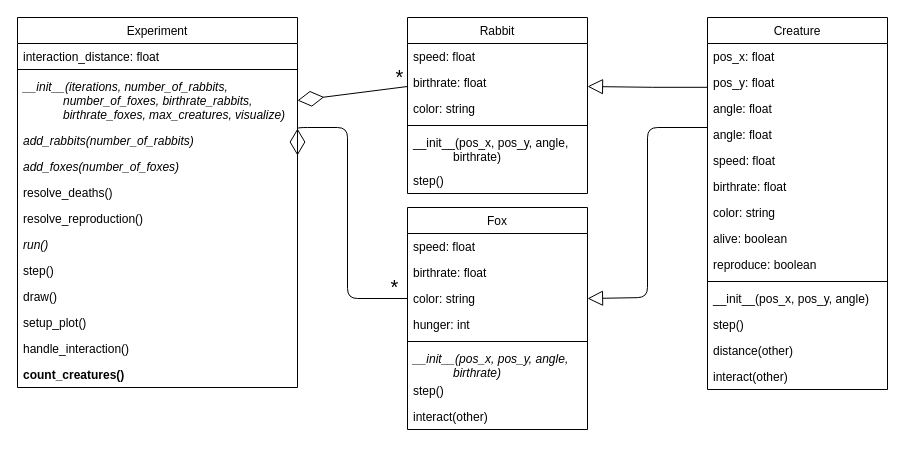
Above: umls/phase9.drawio in spcourse/populations-oo (draw.io), before the change. Source tidied: cells renumbered, new cells numbered last; positions are measured from the earlier drawing's top-left corner, leaving out a move shared by most shapes. Both pictures are drawn from the tidied source at 100%, with x=0, y=0 at pixel (17, 17).
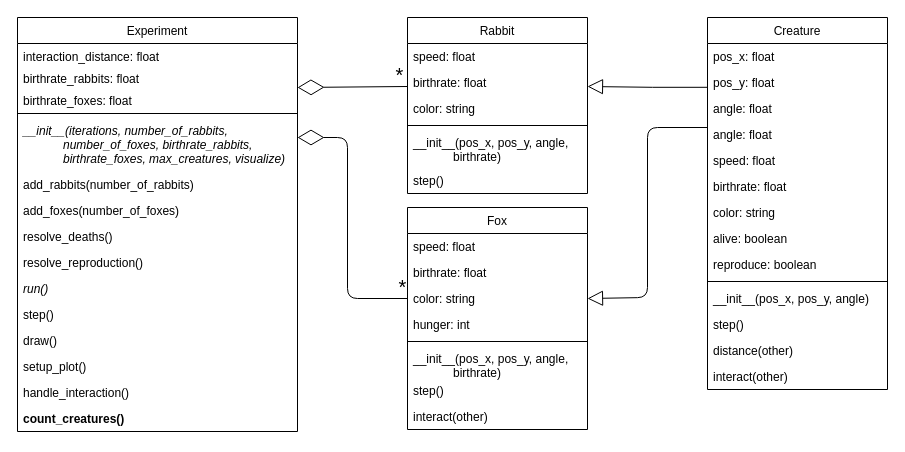
Above is the later version.

The change refers to these unchanged cells:
```xml
<mxCell id="16" value="Fox" style="swimlane;fontStyle=0;align=center;verticalAlign=top;horizontal=1;startSize=26;rounded=0;shadow=0;strokeWidth=1;" parent="1" vertex="1">
  <mxGeometry x="390" y="190" width="180" height="222" as="geometry" />
</mxCell>
<mxCell id="19" value="color: string" style="text;align=left;verticalAlign=top;spacingLeft=4;spacingRight=4;overflow=hidden;points=[[0,0.5],[1,0.5]];portConstraint=eastwest;rounded=0;shadow=0;html=0;" parent="16" vertex="1">
  <mxGeometry y="78" width="180" height="26" as="geometry" />
</mxCell>
```

Change to the diagram source:
```diff
@@
     <mxCell id="2" value="Experiment" style="swimlane;fontStyle=0;align=center;verticalAlign=top;horizontal=1;startSize=26;rounded=0;shadow=0;strokeWidth=1;" parent="1" vertex="1">
-      <mxGeometry width="280" height="370" as="geometry" />
+      <mxGeometry width="280" height="414" as="geometry" />
     </mxCell>
@@
+    <mxCell id="53" value="birthrate_rabbits: float" style="text;align=left;verticalAlign=top;spacingLeft=4;spacingRight=4;overflow=hidden;" parent="2" vertex="1">
+      <mxGeometry y="48" width="280" height="22" as="geometry" />
+    </mxCell>
+    <mxCell id="54" value="birthrate_foxes: float" style="text;align=left;verticalAlign=top;spacingLeft=4;spacingRight=4;overflow=hidden;" parent="2" vertex="1">
+      <mxGeometry y="70" width="280" height="22" as="geometry" />
+    </mxCell>
     <mxCell id="4" style="line;html=1;strokeWidth=1;align=left;verticalAlign=middle;spacingTop=-1;spacingLeft=3;spacingRight=3;labelPosition=right;" parent="2" vertex="1">
-      <mxGeometry y="48" width="280" height="8" as="geometry" />
+      <mxGeometry y="92" width="280" height="8" as="geometry" />
     </mxCell>
     <mxCell id="5" value="__init__(iterations, number_of_rabbits, &#10;            number_of_foxes, birthrate_rabbits,&#10;            birthrate_foxes, max_creatures, visualize)" style="text;align=left;verticalAlign=top;spacingLeft=4;spacingRight=4;overflow=hidden;points=[[0,0.5],[1,0.5]];portConstraint=eastwest;fontStyle=2;" parent="2" vertex="1">
-      <mxGeometry y="56" width="280" height="54" as="geometry" />
+      <mxGeometry y="100" width="280" height="54" as="geometry" />
     </mxCell>
-    <mxCell id="6" value="add_rabbits(number_of_rabbits)" style="text;align=left;verticalAlign=top;spacingLeft=4;spacingRight=4;overflow=hidden;fontStyle=2;" parent="2" vertex="1">
-      <mxGeometry y="110" width="280" height="26" as="geometry" />
+    <mxCell id="6" value="add_rabbits(number_of_rabbits)" style="text;align=left;verticalAlign=top;spacingLeft=4;spacingRight=4;overflow=hidden;fontStyle=0;" parent="2" vertex="1">
+      <mxGeometry y="154" width="280" height="26" as="geometry" />
     </mxCell>
-    <mxCell id="7" value="add_foxes(number_of_foxes)" style="text;align=left;verticalAlign=top;spacingLeft=4;spacingRight=4;overflow=hidden;points=[[0,0.5],[1,0.5]];portConstraint=eastwest;fontStyle=2;" parent="2" vertex="1">
-      <mxGeometry y="136" width="280" height="26" as="geometry" />
+    <mxCell id="7" value="add_foxes(number_of_foxes)" style="text;align=left;verticalAlign=top;spacingLeft=4;spacingRight=4;overflow=hidden;points=[[0,0.5],[1,0.5]];portConstraint=eastwest;fontStyle=0;" parent="2" vertex="1">
+      <mxGeometry y="180" width="280" height="26" as="geometry" />
     </mxCell>
     <mxCell id="8" value="resolve_deaths()" style="text;align=left;verticalAlign=top;spacingLeft=4;spacingRight=4;overflow=hidden;" parent="2" vertex="1">
-      <mxGeometry y="162" width="280" height="26" as="geometry" />
+      <mxGeometry y="206" width="280" height="26" as="geometry" />
     </mxCell>
     <mxCell id="9" value="resolve_reproduction()" style="text;align=left;verticalAlign=top;spacingLeft=4;spacingRight=4;overflow=hidden;fontStyle=0;" parent="2" vertex="1">
-      <mxGeometry y="188" width="280" height="26" as="geometry" />
+      <mxGeometry y="232" width="280" height="26" as="geometry" />
     </mxCell>
     <mxCell id="10" value="run()" style="text;align=left;verticalAlign=top;spacingLeft=4;spacingRight=4;overflow=hidden;fontStyle=2;" parent="2" vertex="1">
-      <mxGeometry y="214" width="280" height="26" as="geometry" />
+      <mxGeometry y="258" width="280" height="26" as="geometry" />
     </mxCell>
     <mxCell id="11" value="step()" style="text;align=left;verticalAlign=top;spacingLeft=4;spacingRight=4;overflow=hidden;fontStyle=0;" parent="2" vertex="1">
-      <mxGeometry y="240" width="280" height="26" as="geometry" />
+      <mxGeometry y="284" width="280" height="26" as="geometry" />
     </mxCell>
     <mxCell id="12" value="draw()" style="text;align=left;verticalAlign=top;spacingLeft=4;spacingRight=4;overflow=hidden;" parent="2" vertex="1">
-      <mxGeometry y="266" width="280" height="26" as="geometry" />
+      <mxGeometry y="310" width="280" height="26" as="geometry" />
     </mxCell>
     <mxCell id="13" value="setup_plot()" style="text;align=left;verticalAlign=top;spacingLeft=4;spacingRight=4;overflow=hidden;" parent="2" vertex="1">
-      <mxGeometry y="292" width="280" height="26" as="geometry" />
+      <mxGeometry y="336" width="280" height="26" as="geometry" />
     </mxCell>
     <mxCell id="14" value="handle_interaction()" style="text;align=left;verticalAlign=top;spacingLeft=4;spacingRight=4;overflow=hidden;" parent="2" vertex="1">
-      <mxGeometry y="318" width="280" height="26" as="geometry" />
+      <mxGeometry y="362" width="280" height="26" as="geometry" />
     </mxCell>
     <mxCell id="15" value="count_creatures()" style="text;align=left;verticalAlign=top;spacingLeft=4;spacingRight=4;overflow=hidden;fontStyle=1;" parent="2" vertex="1">
-      <mxGeometry y="344" width="280" height="26" as="geometry" />
+      <mxGeometry y="388" width="280" height="26" as="geometry" />
     </mxCell>
@@
-    <mxCell id="22" value="__init__(pos_x, pos_y, angle,&#10;            birthrate)" style="text;align=left;verticalAlign=top;spacingLeft=4;spacingRight=4;overflow=hidden;fontStyle=2;" parent="16" vertex="1">
+    <mxCell id="22" value="__init__(pos_x, pos_y, angle,&#10;            birthrate)" style="text;align=left;verticalAlign=top;spacingLeft=4;spacingRight=4;overflow=hidden;fontStyle=0;" parent="16" vertex="1">
       <mxGeometry y="138" width="180" height="32" as="geometry" />
     </mxCell>
@@
-    <mxCell id="25" style="endArrow=diamondThin;endFill=0;endSize=24;html=1;exitX=0;exitY=0.5;exitDx=0;exitDy=0;entryX=1;entryY=0.077;entryDx=0;entryDy=0;entryPerimeter=0;edgeStyle=orthogonalEdgeStyle;" parent="1" edge="1" source="19" target="7">
+    <mxCell id="25" style="endArrow=diamondThin;endFill=0;endSize=24;html=1;exitX=0;exitY=0.5;exitDx=0;exitDy=0;edgeStyle=orthogonalEdgeStyle;" parent="1" edge="1" source="19">
       <mxGeometry relative="1" as="geometry">
+        <mxPoint x="280" y="120" as="targetPoint" />
         <Array as="points">
           <mxPoint x="330" y="281" />
-          <mxPoint x="330" y="110" />
+          <mxPoint x="330" y="120" />
+          <mxPoint x="280" y="120" />
         </Array>
       </mxGeometry>
     </mxCell>
@@
-    <mxCell id="34" style="endArrow=diamondThin;endFill=0;endSize=24;html=1;entryX=1;entryY=0.5;entryDx=0;entryDy=0;" parent="1" edge="1" target="5">
+    <mxCell id="34" style="endArrow=diamondThin;endFill=0;endSize=24;html=1;" parent="1" edge="1">
       <mxGeometry relative="1" as="geometry">
         <mxPoint x="390" y="69" as="sourcePoint" />
+        <mxPoint x="280" y="70" as="targetPoint" />
       </mxGeometry>
     </mxCell>
```
